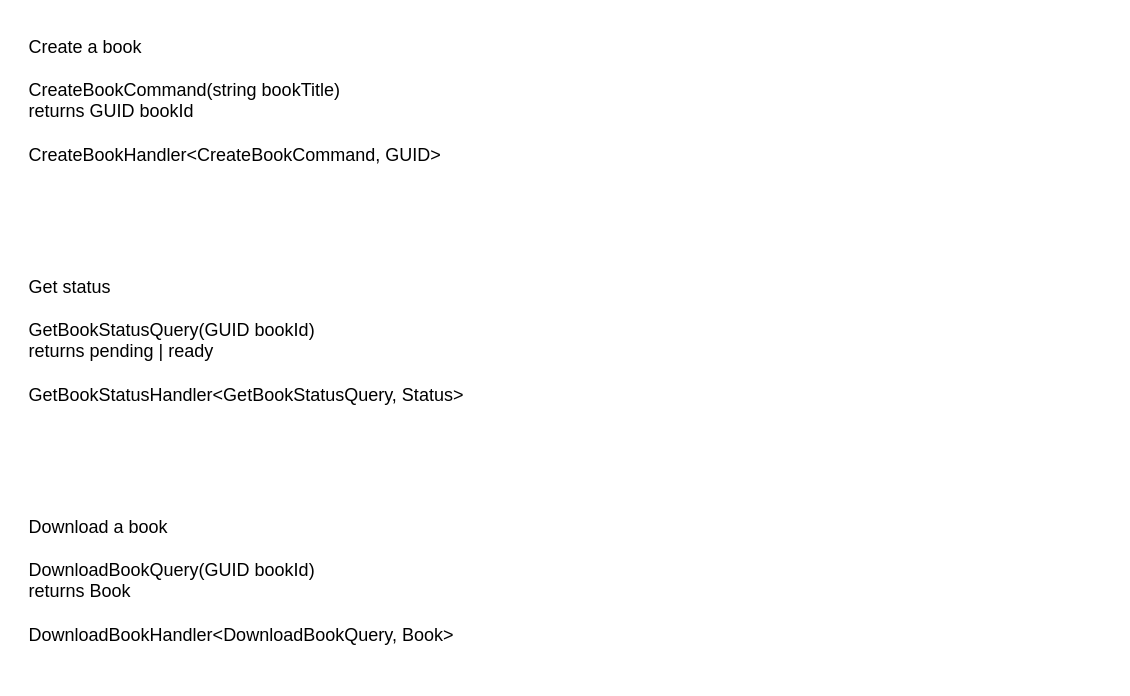
Earlier version of the draw.io diagram page "Application Layer" (3 of 3) of docs/BookGenerator.drawio (Mental-NV/BookGenerator). Source tidied: cells renumbered, new cells numbered last; positions are measured from the earlier drawing's top-left corner, leaving out a move shared by most shapes. Both pictures are drawn from the tidied source at 150%, with x=0, y=0 at pixel (26, 26).
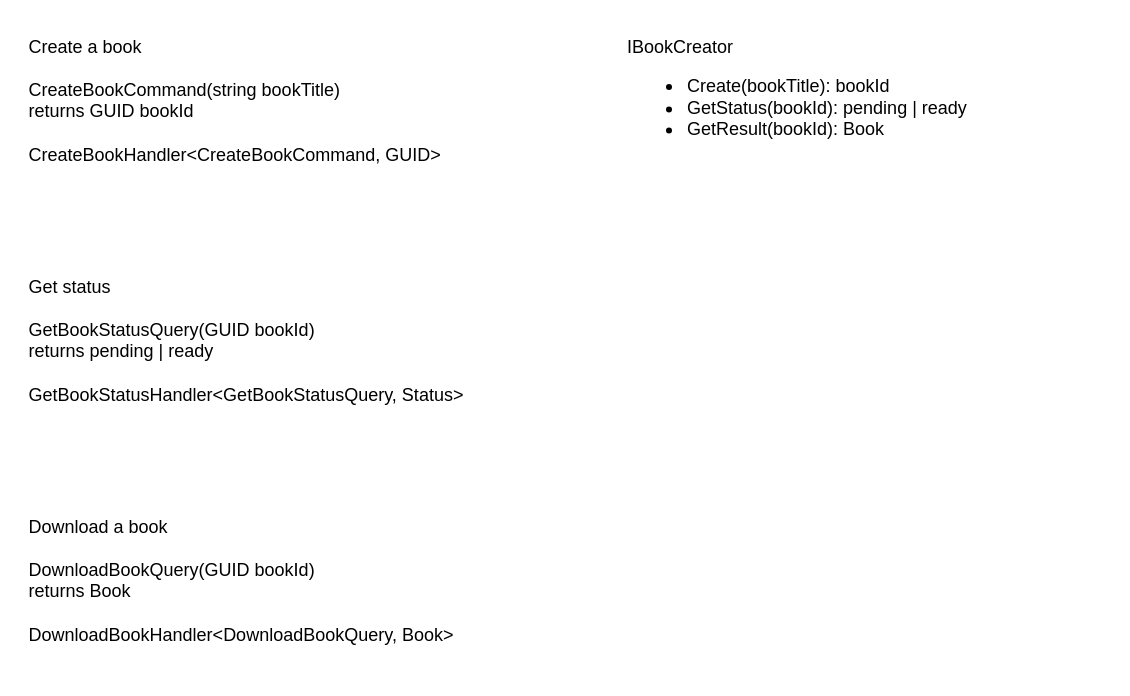
Above is the later version.

Commit message:
Added interfaces to the Application layer

The edit, as a diff of the source:
```diff
@@
 <mxGraphModel>
   <root>
     <mxCell id="0" />
     <mxCell id="1" parent="0" />
     <mxCell id="2" value="&lt;div&gt;Create a book&lt;/div&gt;&lt;div&gt;&lt;br&gt;&lt;/div&gt;&lt;div&gt;CreateBookCommand(string bookTitle)&lt;br&gt;&lt;/div&gt;&lt;div&gt;returns GUID bookId&lt;/div&gt;&lt;div&gt;&lt;br&gt;&lt;/div&gt;&lt;div&gt;CreateBookHandler&amp;lt;CreateBookCommand, GUID&amp;gt;&lt;br&gt;&lt;/div&gt;" style="text;html=1;strokeColor=none;fillColor=none;align=left;verticalAlign=top;whiteSpace=wrap;rounded=0;" parent="1" vertex="1">
       <mxGeometry width="389" height="110" as="geometry" />
     </mxCell>
     <mxCell id="3" value="&lt;div&gt;Get status&lt;/div&gt;&lt;div&gt;&lt;br&gt;&lt;/div&gt;&lt;div&gt;GetBookStatusQuery(GUID bookId)&lt;/div&gt;&lt;div&gt;returns pending | ready&lt;/div&gt;&lt;div&gt;&lt;br&gt;&lt;/div&gt;&lt;div&gt;GetBookStatusHandler&amp;lt;GetBookStatusQuery, Status&amp;gt;&lt;br&gt;&lt;/div&gt;" style="text;html=1;strokeColor=none;fillColor=none;align=left;verticalAlign=top;whiteSpace=wrap;rounded=0;" parent="1" vertex="1">
       <mxGeometry y="160" width="399" height="110" as="geometry" />
     </mxCell>
     <mxCell id="4" value="&lt;div&gt;Download a book&lt;/div&gt;&lt;div&gt;&lt;br&gt;&lt;/div&gt;&lt;div&gt;DownloadBookQuery(GUID bookId)&lt;/div&gt;&lt;div&gt;returns Book&lt;/div&gt;&lt;div&gt;&lt;br&gt;&lt;/div&gt;&lt;div&gt;DownloadBookHandler&amp;lt;DownloadBookQuery, Book&amp;gt;&lt;br&gt;&lt;/div&gt;" style="text;html=1;strokeColor=none;fillColor=none;align=left;verticalAlign=top;whiteSpace=wrap;rounded=0;" parent="1" vertex="1">
       <mxGeometry y="320" width="399" height="110" as="geometry" />
     </mxCell>
+    <mxCell id="5" value="&lt;div&gt;IBookCreator&lt;/div&gt;&lt;div&gt;&lt;ul&gt;&lt;li&gt;Create(bookTitle): bookId&lt;/li&gt;&lt;li&gt;GetStatus(bookId): pending | ready&lt;/li&gt;&lt;li&gt;GetResult(bookId): Book&lt;/li&gt;&lt;/ul&gt;&lt;/div&gt;" style="text;html=1;strokeColor=none;fillColor=none;align=left;verticalAlign=top;whiteSpace=wrap;rounded=0;" parent="1" vertex="1">
+      <mxGeometry x="399" width="320" height="90" as="geometry" />
+    </mxCell>
   </root>
 </mxGraphModel>
```
